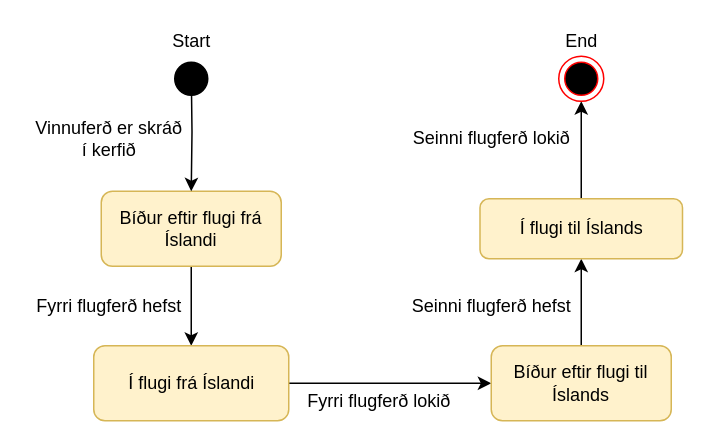
RunarVestmann/verklegtnamskeid1 keeps this draw.io diagram as documentation/diagrams/runarv_diagrams/vinnuferd_states.drawio. Above is the earlier version. Source tidied: cells renumbered, new cells numbered last; positions are measured from the earlier drawing's top-left corner, leaving out a move shared by most shapes. Both pictures are drawn from the tidied source at 150%, with x=0, y=0 at pixel (26, 26).
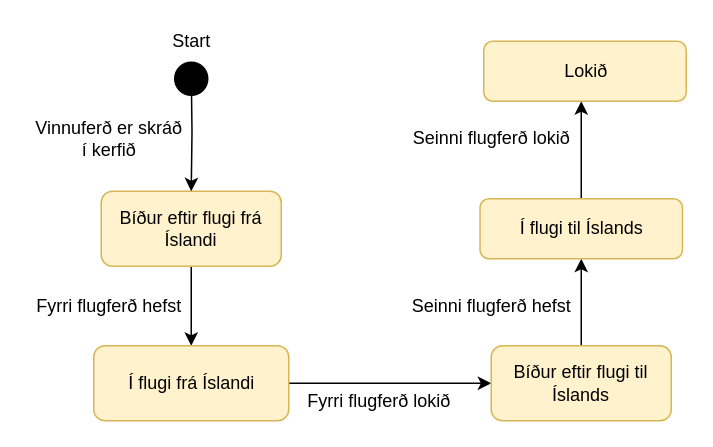
Above is the later version.

The change refers to these unchanged cells:
```xml
<mxCell id="15" value="Í flugi til Íslands" style="rounded=1;fillColor=#fff2cc;strokeColor=#d6b656;imageAspect=1;html=1;spacing=0;" parent="1" vertex="1">
  <mxGeometry x="302.5" y="115" width="135" height="40" as="geometry" />
</mxCell>
```

The edit, as a diff of the source:
```diff
@@
-    <mxCell id="14" style="edgeStyle=orthogonalEdgeStyle;rounded=0;jettySize=auto;html=1;exitX=0.5;exitY=0;exitDx=0;exitDy=0;entryX=0.5;entryY=1;entryDx=0;entryDy=0;fillColor=#f8cecc;strokeColor=#000000;" parent="1" edge="1" source="15" target="16">
-      <mxGeometry relative="1" as="geometry" />
+    <mxCell id="14" style="edgeStyle=orthogonalEdgeStyle;rounded=0;jettySize=auto;html=1;exitX=0.5;exitY=0;exitDx=0;exitDy=0;entryX=0.5;entryY=1;entryDx=0;entryDy=0;fillColor=#f8cecc;strokeColor=#000000;" parent="1" edge="1" source="15">
+      <mxGeometry relative="1" as="geometry">
+        <mxPoint x="370" y="50" as="targetPoint" />
+      </mxGeometry>
     </mxCell>
@@
-    <mxCell id="16" style="ellipse;html=1;shape=endState;fillColor=#000000;strokeColor=#ff0000;rounded=1;" parent="1" vertex="1">
-      <mxGeometry x="355" y="20" width="30" height="30" as="geometry" />
-    </mxCell>
@@
-    <mxCell id="19" value="End" style="text;html=1;align=center;verticalAlign=middle;" parent="1" vertex="1">
-      <mxGeometry x="350" width="40" height="20" as="geometry" />
-    </mxCell>
+    <mxCell id="20" value="Lokið" style="rounded=1;fillColor=#fff2cc;strokeColor=#d6b656;imageAspect=1;html=1;spacing=0;" parent="1" vertex="1">
+      <mxGeometry x="305" y="10" width="135" height="40" as="geometry" />
+    </mxCell>
```
